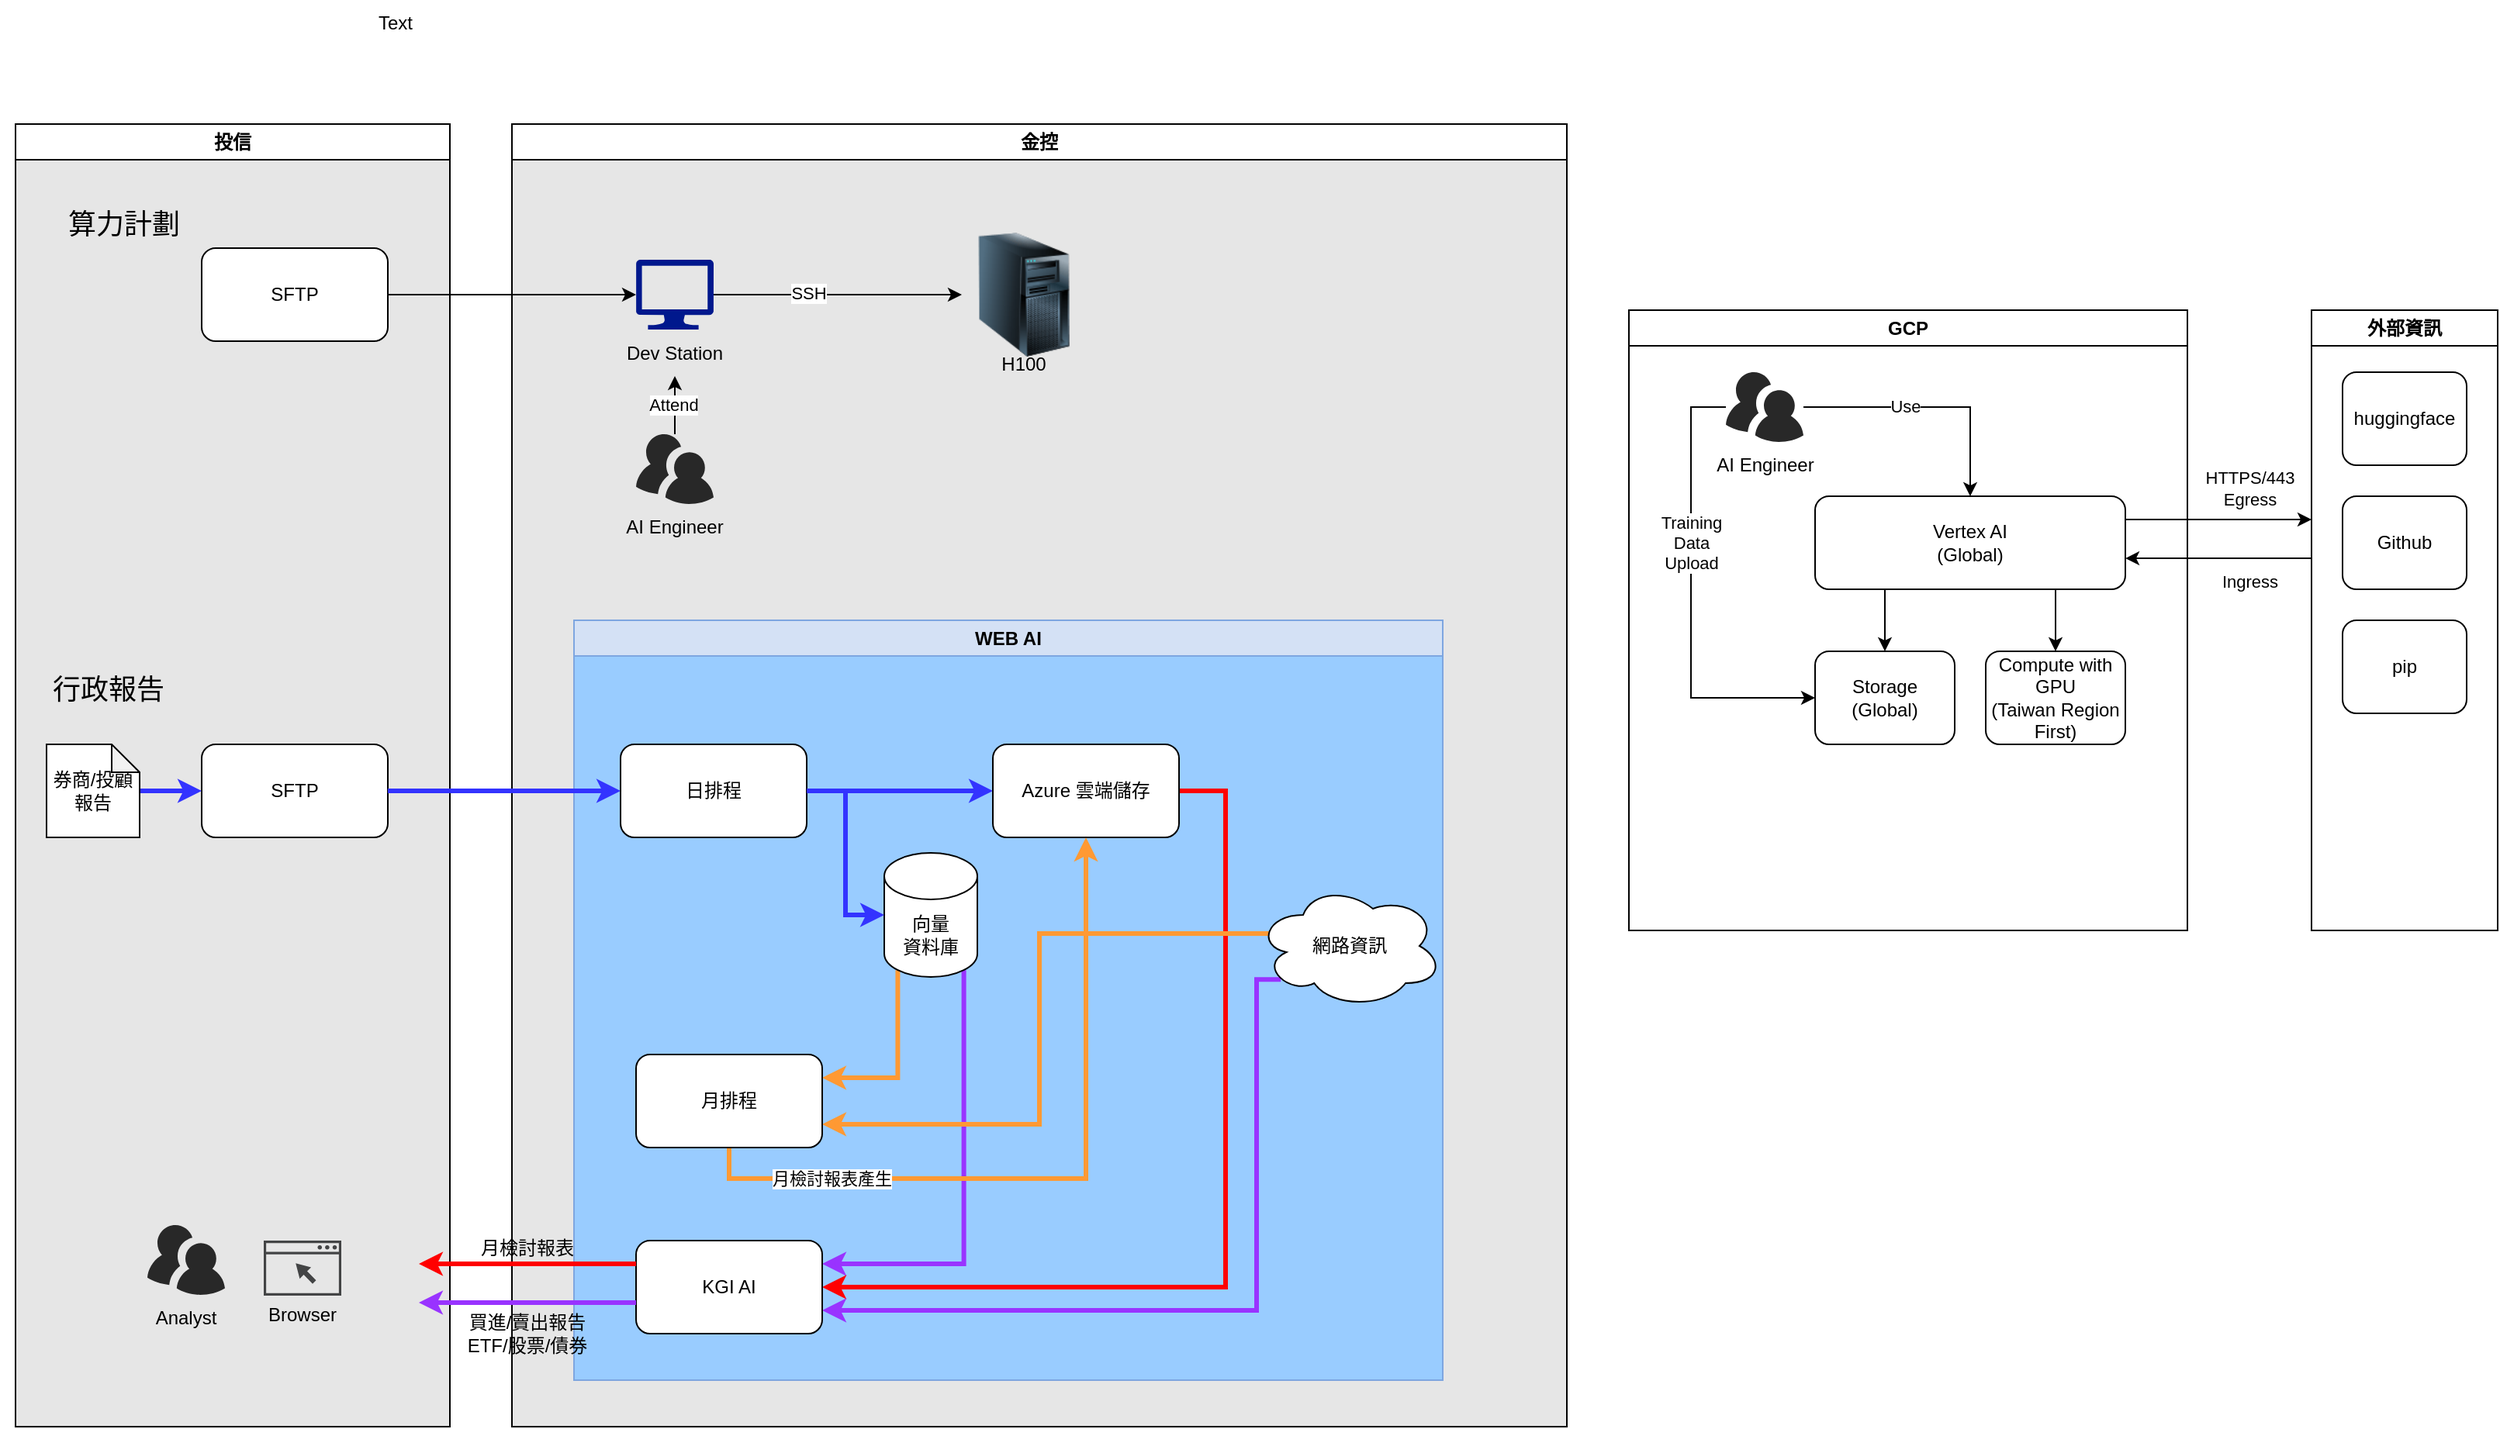
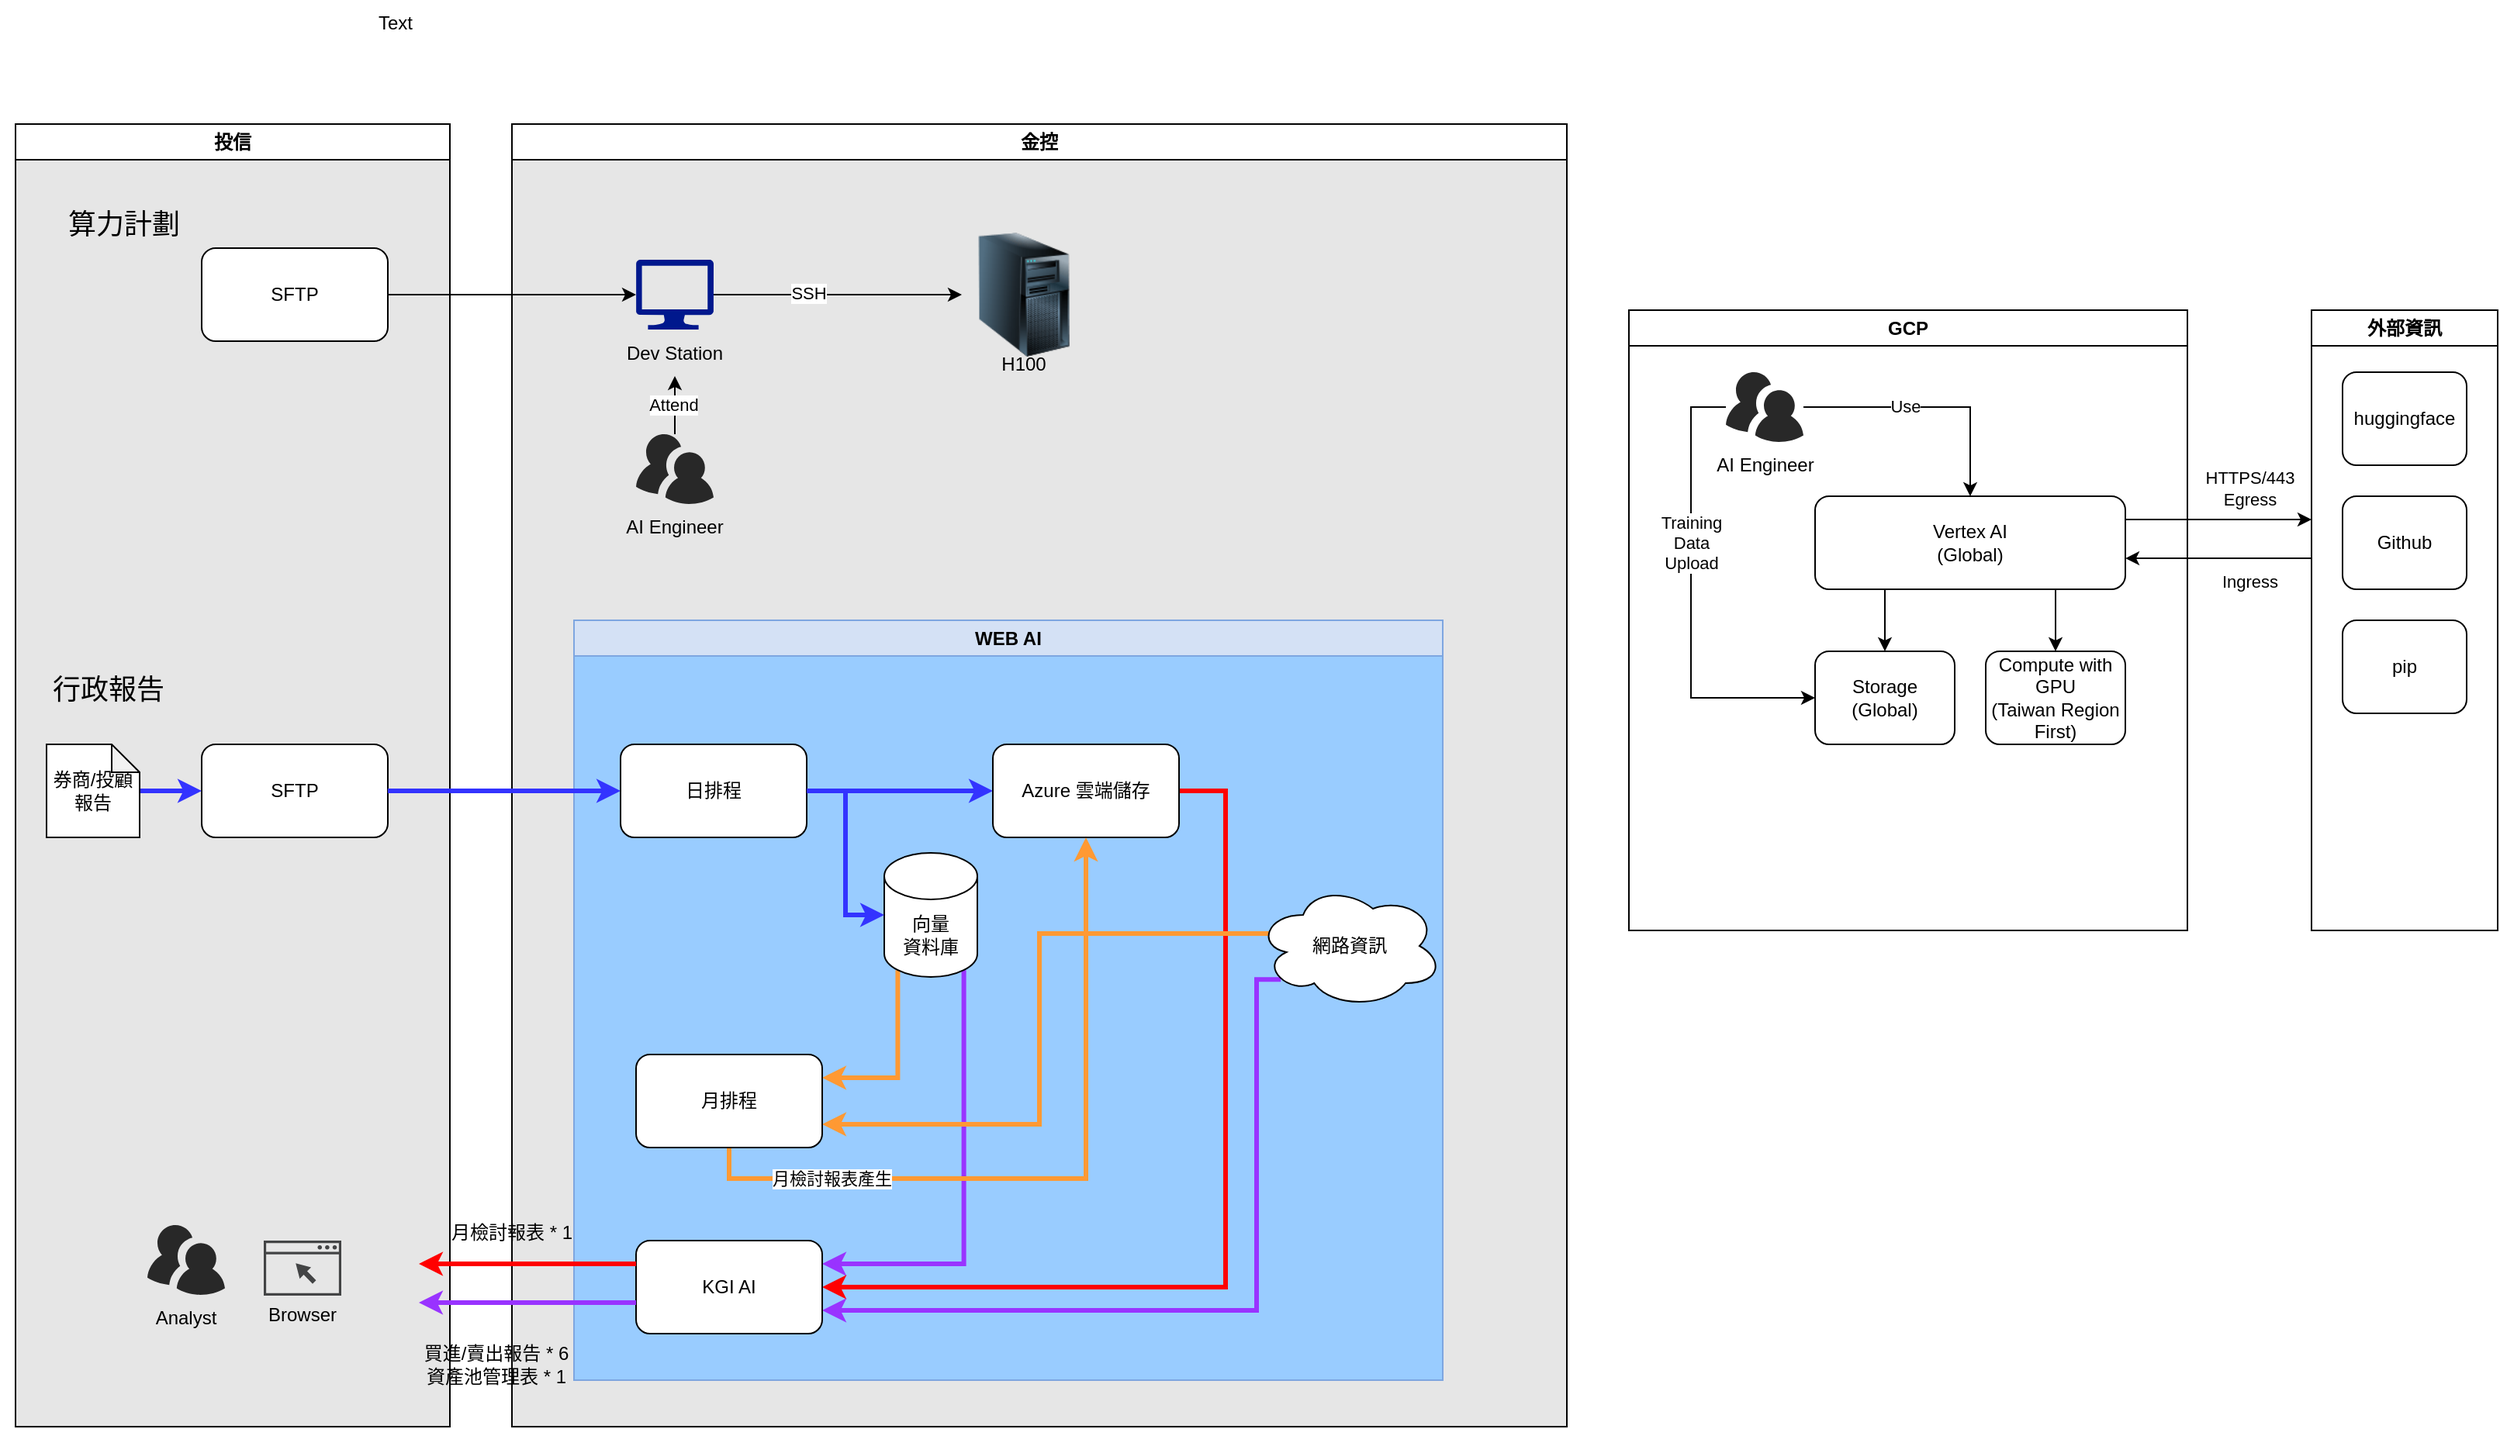
- <mxfile host="app.diagrams.net" agent="Mozilla/5.0 (Windows NT 10.0; Win64; x64) AppleWebKit/537.36 (KHTML, like Gecko) Chrome/146.0.0.0 Safari/537.36" version="29.6.6">
+ <mxfile host="app.diagrams.net" agent="Mozilla/5.0 (Windows NT 10.0; Win64; x64) AppleWebKit/537.36 (KHTML, like Gecko) Chrome/146.0.0.0 Safari/537.36">
  <diagram name="Page-1" id="9DGUQZyVQF0DHj5FkWRD">
    <mxGraphModel dx="1737" dy="1095" grid="1" gridSize="10" guides="1" tooltips="1" connect="1" arrows="1" fold="1" page="1" pageScale="1" pageWidth="850" pageHeight="1100" math="0" shadow="0">
      <root>
        <mxCell id="0" />
        <mxCell id="1" parent="0" />
        <mxCell id="si7GJpF5iETkjapc_ZAv-2" parent="1" style="swimlane;whiteSpace=wrap;html=1;swimlaneFillColor=#E6E6E6;" value="投信" vertex="1">
          <mxGeometry height="840" width="280" x="80" y="120" as="geometry" />
        </mxCell>
        <mxCell id="si7GJpF5iETkjapc_ZAv-3" parent="si7GJpF5iETkjapc_ZAv-2" style="rounded=1;whiteSpace=wrap;html=1;" value="SFTP" vertex="1">
          <mxGeometry height="60" width="120" x="120" y="80" as="geometry" />
        </mxCell>
        <mxCell id="si7GJpF5iETkjapc_ZAv-15" parent="si7GJpF5iETkjapc_ZAv-2" style="rounded=1;whiteSpace=wrap;html=1;" value="SFTP" vertex="1">
          <mxGeometry height="60" width="120" x="120" y="400" as="geometry" />
        </mxCell>
        <mxCell id="si7GJpF5iETkjapc_ZAv-61" connectable="0" parent="si7GJpF5iETkjapc_ZAv-2" style="group" value="" vertex="1">
          <mxGeometry height="75" width="60" x="80" y="710" as="geometry" />
        </mxCell>
        <mxCell id="si7GJpF5iETkjapc_ZAv-59" parent="si7GJpF5iETkjapc_ZAv-61" style="verticalLabelPosition=bottom;sketch=0;html=1;fillColor=#282828;strokeColor=none;verticalAlign=top;pointerEvents=1;align=center;shape=mxgraph.cisco_safe.people_places_things_icons.icon9;" value="" vertex="1">
          <mxGeometry height="45" width="50" x="5" as="geometry" />
        </mxCell>
        <mxCell id="si7GJpF5iETkjapc_ZAv-37" parent="si7GJpF5iETkjapc_ZAv-61" style="text;html=1;whiteSpace=wrap;strokeColor=none;fillColor=none;align=center;verticalAlign=middle;rounded=0;autosize=1;resizable=0;" value="Analyst" vertex="1">
          <mxGeometry height="30" width="60" y="45" as="geometry" />
        </mxCell>
        <mxCell id="si7GJpF5iETkjapc_ZAv-80" connectable="0" parent="si7GJpF5iETkjapc_ZAv-2" style="group" value="" vertex="1">
          <mxGeometry height="62.75" width="70" x="150" y="720" as="geometry" />
        </mxCell>
        <mxCell id="si7GJpF5iETkjapc_ZAv-77" parent="si7GJpF5iETkjapc_ZAv-80" style="sketch=0;pointerEvents=1;shadow=0;dashed=0;html=1;strokeColor=none;fillColor=#434445;aspect=fixed;labelPosition=center;verticalLabelPosition=bottom;verticalAlign=top;align=center;outlineConnect=0;shape=mxgraph.vvd.web_browser;" value="" vertex="1">
          <mxGeometry height="35.5" width="50" x="10" as="geometry" />
        </mxCell>
        <mxCell id="si7GJpF5iETkjapc_ZAv-79" parent="si7GJpF5iETkjapc_ZAv-80" style="text;html=1;whiteSpace=wrap;strokeColor=none;fillColor=none;align=center;verticalAlign=middle;rounded=0;autosize=1;resizable=0;" value="Browser" vertex="1">
          <mxGeometry height="30" width="70" y="32.75" as="geometry" />
        </mxCell>
        <mxCell id="si7GJpF5iETkjapc_ZAv-83" edge="1" parent="si7GJpF5iETkjapc_ZAv-2" source="si7GJpF5iETkjapc_ZAv-82" style="edgeStyle=orthogonalEdgeStyle;rounded=0;orthogonalLoop=1;jettySize=auto;html=1;strokeColor=#3333FF;strokeWidth=3;" target="si7GJpF5iETkjapc_ZAv-15">
          <mxGeometry relative="1" as="geometry" />
        </mxCell>
        <mxCell id="si7GJpF5iETkjapc_ZAv-82" parent="si7GJpF5iETkjapc_ZAv-2" style="shape=note;whiteSpace=wrap;html=1;backgroundOutline=1;darkOpacity=0.05;size=18;" value="券商/投顧報告" vertex="1">
          <mxGeometry height="60" width="60" x="20" y="400" as="geometry" />
        </mxCell>
        <mxCell id="si7GJpF5iETkjapc_ZAv-126" parent="si7GJpF5iETkjapc_ZAv-2" style="text;html=1;whiteSpace=wrap;strokeColor=none;fillColor=none;align=center;verticalAlign=middle;rounded=0;" value="&lt;font style=&quot;font-size: 18px;&quot;&gt;算力計劃&lt;/font&gt;" vertex="1">
          <mxGeometry height="30" width="140" y="50" as="geometry" />
        </mxCell>
        <mxCell id="si7GJpF5iETkjapc_ZAv-127" parent="si7GJpF5iETkjapc_ZAv-2" style="text;html=1;whiteSpace=wrap;strokeColor=none;fillColor=none;align=center;verticalAlign=middle;rounded=0;" value="&lt;font style=&quot;font-size: 18px;&quot;&gt;行政報告&lt;/font&gt;" vertex="1">
          <mxGeometry height="30" width="140" x="-10" y="350" as="geometry" />
        </mxCell>
        <mxCell id="si7GJpF5iETkjapc_ZAv-4" parent="1" style="swimlane;whiteSpace=wrap;html=1;swimlaneFillColor=#E6E6E6;" value="金控" vertex="1">
          <mxGeometry height="840" width="680" x="400" y="120" as="geometry" />
        </mxCell>
        <mxCell id="si7GJpF5iETkjapc_ZAv-12" edge="1" parent="si7GJpF5iETkjapc_ZAv-4" source="si7GJpF5iETkjapc_ZAv-6" style="edgeStyle=orthogonalEdgeStyle;rounded=0;orthogonalLoop=1;jettySize=auto;html=1;" target="si7GJpF5iETkjapc_ZAv-7">
          <mxGeometry relative="1" as="geometry" />
        </mxCell>
        <mxCell id="si7GJpF5iETkjapc_ZAv-13" connectable="0" parent="si7GJpF5iETkjapc_ZAv-12" style="edgeLabel;html=1;align=center;verticalAlign=middle;resizable=0;points=[];" value="SSH" vertex="1">
          <mxGeometry relative="1" x="-0.2415" y="1" as="geometry">
            <mxPoint as="offset" />
          </mxGeometry>
        </mxCell>
        <mxCell id="si7GJpF5iETkjapc_ZAv-7" parent="si7GJpF5iETkjapc_ZAv-4" style="image;html=1;image=img/lib/clip_art/computers/Server_Tower_128x128.png" value="" vertex="1">
          <mxGeometry height="80" width="80" x="290" y="70" as="geometry" />
        </mxCell>
        <mxCell id="si7GJpF5iETkjapc_ZAv-9" parent="si7GJpF5iETkjapc_ZAv-4" style="text;html=1;whiteSpace=wrap;strokeColor=none;fillColor=none;align=center;verticalAlign=middle;rounded=0;autosize=1;resizable=0;" value="H100" vertex="1">
          <mxGeometry height="30" width="50" x="305" y="140" as="geometry" />
        </mxCell>
        <mxCell id="si7GJpF5iETkjapc_ZAv-14" connectable="0" parent="si7GJpF5iETkjapc_ZAv-4" style="group" value="" vertex="1">
          <mxGeometry height="75" width="90" x="60" y="87.5" as="geometry" />
        </mxCell>
        <mxCell id="si7GJpF5iETkjapc_ZAv-6" parent="si7GJpF5iETkjapc_ZAv-14" style="sketch=0;aspect=fixed;pointerEvents=1;shadow=0;dashed=0;html=1;strokeColor=none;labelPosition=center;verticalLabelPosition=bottom;verticalAlign=top;align=center;fillColor=#00188D;shape=mxgraph.azure.computer" value="" vertex="1">
          <mxGeometry height="45" width="50" x="20" as="geometry" />
        </mxCell>
        <mxCell id="si7GJpF5iETkjapc_ZAv-10" parent="si7GJpF5iETkjapc_ZAv-14" style="text;html=1;whiteSpace=wrap;strokeColor=none;fillColor=none;align=center;verticalAlign=middle;rounded=0;autosize=1;resizable=0;" value="Dev Station" vertex="1">
          <mxGeometry height="30" width="90" y="45" as="geometry" />
        </mxCell>
        <mxCell id="si7GJpF5iETkjapc_ZAv-17" parent="si7GJpF5iETkjapc_ZAv-4" style="swimlane;whiteSpace=wrap;html=1;fillColor=#D4E1F5;strokeColor=#7EA6E0;gradientColor=none;swimlaneFillColor=#99CCFF;" value="WEB AI" vertex="1">
          <mxGeometry height="490" width="560" x="40" y="320" as="geometry" />
        </mxCell>
        <mxCell id="si7GJpF5iETkjapc_ZAv-29" edge="1" parent="si7GJpF5iETkjapc_ZAv-17" source="si7GJpF5iETkjapc_ZAv-18" style="edgeStyle=orthogonalEdgeStyle;rounded=0;orthogonalLoop=1;jettySize=auto;html=1;strokeWidth=3;strokeColor=#3333FF;" target="si7GJpF5iETkjapc_ZAv-28">
          <mxGeometry relative="1" as="geometry" />
        </mxCell>
        <mxCell id="si7GJpF5iETkjapc_ZAv-18" parent="si7GJpF5iETkjapc_ZAv-17" style="rounded=1;whiteSpace=wrap;html=1;" value="日排程" vertex="1">
          <mxGeometry height="60" width="120" x="30" y="80" as="geometry" />
        </mxCell>
        <mxCell id="si7GJpF5iETkjapc_ZAv-47" edge="1" parent="si7GJpF5iETkjapc_ZAv-17" source="si7GJpF5iETkjapc_ZAv-20" style="edgeStyle=orthogonalEdgeStyle;rounded=0;orthogonalLoop=1;jettySize=auto;html=1;entryX=1;entryY=0.25;entryDx=0;entryDy=0;exitX=0.145;exitY=1;exitDx=0;exitDy=-4.35;exitPerimeter=0;strokeWidth=3;strokeColor=#FF9933;" target="si7GJpF5iETkjapc_ZAv-45">
          <mxGeometry relative="1" as="geometry">
            <Array as="points">
              <mxPoint x="209" y="295" />
            </Array>
          </mxGeometry>
        </mxCell>
        <mxCell id="si7GJpF5iETkjapc_ZAv-53" edge="1" parent="si7GJpF5iETkjapc_ZAv-17" source="si7GJpF5iETkjapc_ZAv-20" style="edgeStyle=orthogonalEdgeStyle;rounded=0;orthogonalLoop=1;jettySize=auto;html=1;entryX=1;entryY=0.25;entryDx=0;entryDy=0;exitX=0.855;exitY=1;exitDx=0;exitDy=-4.35;exitPerimeter=0;strokeWidth=3;strokeColor=#9933FF;" target="si7GJpF5iETkjapc_ZAv-39">
          <mxGeometry relative="1" as="geometry">
            <Array as="points">
              <mxPoint x="251" y="415" />
            </Array>
          </mxGeometry>
        </mxCell>
        <mxCell id="si7GJpF5iETkjapc_ZAv-20" parent="si7GJpF5iETkjapc_ZAv-17" style="shape=cylinder3;whiteSpace=wrap;html=1;boundedLbl=1;backgroundOutline=1;size=15;" value="向量&lt;div&gt;資料庫&lt;/div&gt;" vertex="1">
          <mxGeometry height="80" width="60" x="200" y="150" as="geometry" />
        </mxCell>
        <mxCell id="si7GJpF5iETkjapc_ZAv-84" edge="1" parent="si7GJpF5iETkjapc_ZAv-17" source="si7GJpF5iETkjapc_ZAv-28" style="edgeStyle=orthogonalEdgeStyle;rounded=0;orthogonalLoop=1;jettySize=auto;html=1;entryX=1;entryY=0.5;entryDx=0;entryDy=0;exitX=1;exitY=0.5;exitDx=0;exitDy=0;strokeWidth=3;strokeColor=#FF0000;" target="si7GJpF5iETkjapc_ZAv-39">
          <mxGeometry relative="1" as="geometry">
            <Array as="points">
              <mxPoint x="420" y="110" />
              <mxPoint x="420" y="430" />
            </Array>
            <mxPoint x="420" y="450" as="targetPoint" />
          </mxGeometry>
        </mxCell>
        <mxCell id="si7GJpF5iETkjapc_ZAv-28" parent="si7GJpF5iETkjapc_ZAv-17" style="rounded=1;whiteSpace=wrap;html=1;" value="Azure 雲端儲存" vertex="1">
          <mxGeometry height="60" width="120" x="270" y="80" as="geometry" />
        </mxCell>
        <mxCell id="si7GJpF5iETkjapc_ZAv-48" edge="1" parent="si7GJpF5iETkjapc_ZAv-17" source="si7GJpF5iETkjapc_ZAv-38" style="edgeStyle=orthogonalEdgeStyle;rounded=0;orthogonalLoop=1;jettySize=auto;html=1;entryX=1;entryY=0.75;entryDx=0;entryDy=0;strokeWidth=3;strokeColor=#FF9933;exitX=0.07;exitY=0.4;exitDx=0;exitDy=0;exitPerimeter=0;" target="si7GJpF5iETkjapc_ZAv-45">
          <mxGeometry relative="1" as="geometry" />
        </mxCell>
        <mxCell id="si7GJpF5iETkjapc_ZAv-54" edge="1" parent="si7GJpF5iETkjapc_ZAv-17" source="si7GJpF5iETkjapc_ZAv-38" style="edgeStyle=orthogonalEdgeStyle;rounded=0;orthogonalLoop=1;jettySize=auto;html=1;entryX=1;entryY=0.75;entryDx=0;entryDy=0;exitX=0.13;exitY=0.77;exitDx=0;exitDy=0;exitPerimeter=0;strokeWidth=3;strokeColor=#9933FF;" target="si7GJpF5iETkjapc_ZAv-39">
          <mxGeometry relative="1" as="geometry">
            <Array as="points">
              <mxPoint x="440" y="232" />
              <mxPoint x="440" y="445" />
            </Array>
          </mxGeometry>
        </mxCell>
        <mxCell id="si7GJpF5iETkjapc_ZAv-38" parent="si7GJpF5iETkjapc_ZAv-17" style="ellipse;shape=cloud;whiteSpace=wrap;html=1;" value="網路資訊" vertex="1">
          <mxGeometry height="80" width="120" x="440" y="170" as="geometry" />
        </mxCell>
        <mxCell id="si7GJpF5iETkjapc_ZAv-39" parent="si7GJpF5iETkjapc_ZAv-17" style="rounded=1;whiteSpace=wrap;html=1;" value="KGI AI" vertex="1">
          <mxGeometry height="60" width="120" x="40" y="400" as="geometry" />
        </mxCell>
        <mxCell id="si7GJpF5iETkjapc_ZAv-49" edge="1" parent="si7GJpF5iETkjapc_ZAv-17" source="si7GJpF5iETkjapc_ZAv-45" style="edgeStyle=orthogonalEdgeStyle;rounded=0;orthogonalLoop=1;jettySize=auto;html=1;entryX=0.5;entryY=1;entryDx=0;entryDy=0;exitX=0.5;exitY=1;exitDx=0;exitDy=0;strokeWidth=3;strokeColor=#FF9933;" target="si7GJpF5iETkjapc_ZAv-28">
          <mxGeometry relative="1" as="geometry" />
        </mxCell>
        <mxCell id="si7GJpF5iETkjapc_ZAv-56" connectable="0" parent="si7GJpF5iETkjapc_ZAv-49" style="edgeLabel;html=1;align=center;verticalAlign=middle;resizable=0;points=[];" value="月檢討報表產生" vertex="1">
          <mxGeometry relative="1" x="-0.6366" as="geometry">
            <mxPoint as="offset" />
          </mxGeometry>
        </mxCell>
        <mxCell id="si7GJpF5iETkjapc_ZAv-45" parent="si7GJpF5iETkjapc_ZAv-17" style="rounded=1;whiteSpace=wrap;html=1;" value="月排程" vertex="1">
          <mxGeometry height="60" width="120" x="40" y="280" as="geometry" />
        </mxCell>
        <mxCell id="si7GJpF5iETkjapc_ZAv-52" edge="1" parent="si7GJpF5iETkjapc_ZAv-17" source="si7GJpF5iETkjapc_ZAv-18" style="edgeStyle=orthogonalEdgeStyle;rounded=0;orthogonalLoop=1;jettySize=auto;html=1;entryX=0;entryY=0.5;entryDx=0;entryDy=0;entryPerimeter=0;strokeWidth=3;strokeColor=#3333FF;" target="si7GJpF5iETkjapc_ZAv-20">
          <mxGeometry relative="1" as="geometry" />
        </mxCell>
        <mxCell id="si7GJpF5iETkjapc_ZAv-72" connectable="0" parent="si7GJpF5iETkjapc_ZAv-4" style="group" value="" vertex="1">
          <mxGeometry height="75" width="75" x="75" y="200" as="geometry" />
        </mxCell>
        <mxCell id="si7GJpF5iETkjapc_ZAv-73" parent="si7GJpF5iETkjapc_ZAv-72" style="verticalLabelPosition=bottom;sketch=0;html=1;fillColor=#282828;strokeColor=none;verticalAlign=top;pointerEvents=1;align=center;shape=mxgraph.cisco_safe.people_places_things_icons.icon9;" value="" vertex="1">
          <mxGeometry height="45" width="50" x="5" as="geometry" />
        </mxCell>
        <mxCell id="si7GJpF5iETkjapc_ZAv-74" parent="si7GJpF5iETkjapc_ZAv-72" style="text;html=1;whiteSpace=wrap;strokeColor=none;fillColor=none;align=center;verticalAlign=middle;rounded=0;autosize=1;resizable=0;" value="AI Engineer" vertex="1">
          <mxGeometry height="30" width="90" x="-15" y="45" as="geometry" />
        </mxCell>
        <mxCell id="si7GJpF5iETkjapc_ZAv-75" edge="1" parent="si7GJpF5iETkjapc_ZAv-4" source="si7GJpF5iETkjapc_ZAv-73" style="edgeStyle=orthogonalEdgeStyle;rounded=0;orthogonalLoop=1;jettySize=auto;html=1;entryX=0.5;entryY=1;entryDx=0;entryDy=0;" target="si7GJpF5iETkjapc_ZAv-10">
          <mxGeometry relative="1" as="geometry" />
        </mxCell>
        <mxCell id="si7GJpF5iETkjapc_ZAv-76" connectable="0" parent="si7GJpF5iETkjapc_ZAv-75" style="edgeLabel;html=1;align=center;verticalAlign=middle;resizable=0;points=[];" value="Attend" vertex="1">
          <mxGeometry relative="1" x="0.12" y="1" as="geometry">
            <mxPoint as="offset" />
          </mxGeometry>
        </mxCell>
        <mxCell id="si7GJpF5iETkjapc_ZAv-88" edge="1" parent="si7GJpF5iETkjapc_ZAv-4" style="edgeStyle=orthogonalEdgeStyle;rounded=0;orthogonalLoop=1;jettySize=auto;html=1;strokeWidth=3;strokeColor=#9933FF;">
          <mxGeometry relative="1" as="geometry">
            <mxPoint x="80" y="760" as="sourcePoint" />
            <mxPoint x="-60" y="760" as="targetPoint" />
          </mxGeometry>
        </mxCell>
-         <mxCell id="si7GJpF5iETkjapc_ZAv-57" parent="si7GJpF5iETkjapc_ZAv-4" style="text;html=1;whiteSpace=wrap;strokeColor=none;fillColor=none;align=center;verticalAlign=middle;rounded=0;autosize=1;resizable=0;" value="月檢討報表" vertex="1">
-           <mxGeometry height="30" width="80" x="-30" y="710" as="geometry" />
-         </mxCell>
-         <mxCell id="si7GJpF5iETkjapc_ZAv-55" parent="si7GJpF5iETkjapc_ZAv-4" style="text;html=1;whiteSpace=wrap;strokeColor=none;fillColor=none;align=center;verticalAlign=middle;rounded=0;autosize=1;resizable=0;" value="買進/賣出報告&lt;br&gt;ETF/股票/債券" vertex="1">
-           <mxGeometry height="40" width="100" x="-40" y="760" as="geometry" />
+         <mxCell id="si7GJpF5iETkjapc_ZAv-57" parent="si7GJpF5iETkjapc_ZAv-4" style="text;html=1;whiteSpace=wrap;strokeColor=none;fillColor=none;align=center;verticalAlign=middle;rounded=0;autosize=1;resizable=0;" value="月檢討報表 * 1" vertex="1">
+           <mxGeometry height="30" width="100" x="-50" y="700" as="geometry" />
        </mxCell>
        <mxCell id="si7GJpF5iETkjapc_ZAv-11" edge="1" parent="1" source="si7GJpF5iETkjapc_ZAv-3" style="edgeStyle=orthogonalEdgeStyle;rounded=0;orthogonalLoop=1;jettySize=auto;html=1;entryX=0;entryY=0.5;entryDx=0;entryDy=0;entryPerimeter=0;" target="si7GJpF5iETkjapc_ZAv-6">
          <mxGeometry relative="1" as="geometry" />
        </mxCell>
        <mxCell id="si7GJpF5iETkjapc_ZAv-8" parent="1" style="text;html=1;whiteSpace=wrap;strokeColor=none;fillColor=none;align=center;verticalAlign=middle;rounded=0;autosize=1;resizable=0;" value="Text" vertex="1">
          <mxGeometry height="30" width="50" x="300" y="40" as="geometry" />
        </mxCell>
        <mxCell id="si7GJpF5iETkjapc_ZAv-21" edge="1" parent="1" source="si7GJpF5iETkjapc_ZAv-15" style="edgeStyle=orthogonalEdgeStyle;rounded=0;orthogonalLoop=1;jettySize=auto;html=1;entryX=0;entryY=0.5;entryDx=0;entryDy=0;strokeWidth=3;strokeColor=#3333FF;" target="si7GJpF5iETkjapc_ZAv-18">
          <mxGeometry relative="1" as="geometry" />
        </mxCell>
        <mxCell id="si7GJpF5iETkjapc_ZAv-87" edge="1" parent="1" source="si7GJpF5iETkjapc_ZAv-39" style="edgeStyle=orthogonalEdgeStyle;rounded=0;orthogonalLoop=1;jettySize=auto;html=1;strokeWidth=3;strokeColor=#FF0000;exitX=0;exitY=0.25;exitDx=0;exitDy=0;">
          <mxGeometry relative="1" as="geometry">
            <Array as="points" />
            <mxPoint x="450" y="840" as="sourcePoint" />
            <mxPoint x="340" y="855" as="targetPoint" />
          </mxGeometry>
        </mxCell>
        <mxCell id="si7GJpF5iETkjapc_ZAv-91" parent="1" style="swimlane;whiteSpace=wrap;html=1;" value="GCP" vertex="1">
          <mxGeometry height="400" width="360" x="1120" y="240" as="geometry" />
        </mxCell>
        <mxCell id="si7GJpF5iETkjapc_ZAv-104" edge="1" parent="si7GJpF5iETkjapc_ZAv-91" source="si7GJpF5iETkjapc_ZAv-92" style="edgeStyle=orthogonalEdgeStyle;rounded=0;orthogonalLoop=1;jettySize=auto;html=1;entryX=0.5;entryY=0;entryDx=0;entryDy=0;" target="si7GJpF5iETkjapc_ZAv-93">
          <mxGeometry relative="1" as="geometry">
            <Array as="points">
              <mxPoint x="275" y="220" />
              <mxPoint x="275" y="220" />
            </Array>
          </mxGeometry>
        </mxCell>
        <mxCell id="si7GJpF5iETkjapc_ZAv-123" edge="1" parent="si7GJpF5iETkjapc_ZAv-91" source="si7GJpF5iETkjapc_ZAv-92" style="edgeStyle=orthogonalEdgeStyle;rounded=0;orthogonalLoop=1;jettySize=auto;html=1;entryX=0.5;entryY=0;entryDx=0;entryDy=0;" target="si7GJpF5iETkjapc_ZAv-94">
          <mxGeometry relative="1" as="geometry">
            <Array as="points">
              <mxPoint x="165" y="200" />
              <mxPoint x="165" y="200" />
            </Array>
          </mxGeometry>
        </mxCell>
        <mxCell id="si7GJpF5iETkjapc_ZAv-92" parent="si7GJpF5iETkjapc_ZAv-91" style="rounded=1;whiteSpace=wrap;html=1;" value="Vertex AI&lt;br&gt;(Global)" vertex="1">
          <mxGeometry height="60" width="200" x="120" y="120" as="geometry" />
        </mxCell>
        <mxCell id="si7GJpF5iETkjapc_ZAv-94" parent="si7GJpF5iETkjapc_ZAv-91" style="rounded=1;whiteSpace=wrap;html=1;" value="Storage&lt;br&gt;(Global)" vertex="1">
          <mxGeometry height="60" width="90" x="120" y="220" as="geometry" />
        </mxCell>
        <mxCell id="si7GJpF5iETkjapc_ZAv-93" parent="si7GJpF5iETkjapc_ZAv-91" style="rounded=1;whiteSpace=wrap;html=1;" value="Compute with GPU&lt;br&gt;(Taiwan Region First)" vertex="1">
          <mxGeometry height="60" width="90" x="230" y="220" as="geometry" />
        </mxCell>
        <mxCell id="si7GJpF5iETkjapc_ZAv-117" connectable="0" parent="si7GJpF5iETkjapc_ZAv-91" style="group" value="" vertex="1">
          <mxGeometry height="75" width="75" x="57.5" y="40" as="geometry" />
        </mxCell>
        <mxCell id="si7GJpF5iETkjapc_ZAv-118" parent="si7GJpF5iETkjapc_ZAv-117" style="verticalLabelPosition=bottom;sketch=0;html=1;fillColor=#282828;strokeColor=none;verticalAlign=top;pointerEvents=1;align=center;shape=mxgraph.cisco_safe.people_places_things_icons.icon9;" value="" vertex="1">
          <mxGeometry height="45" width="50" x="5" as="geometry" />
        </mxCell>
        <mxCell id="si7GJpF5iETkjapc_ZAv-119" parent="si7GJpF5iETkjapc_ZAv-117" style="text;html=1;whiteSpace=wrap;strokeColor=none;fillColor=none;align=center;verticalAlign=middle;rounded=0;autosize=1;resizable=0;" value="AI Engineer" vertex="1">
          <mxGeometry height="30" width="90" x="-15" y="45" as="geometry" />
        </mxCell>
        <mxCell id="si7GJpF5iETkjapc_ZAv-120" edge="1" parent="si7GJpF5iETkjapc_ZAv-91" source="si7GJpF5iETkjapc_ZAv-118" style="edgeStyle=orthogonalEdgeStyle;rounded=0;orthogonalLoop=1;jettySize=auto;html=1;entryX=0;entryY=0.5;entryDx=0;entryDy=0;" target="si7GJpF5iETkjapc_ZAv-94">
          <mxGeometry relative="1" as="geometry">
            <Array as="points">
              <mxPoint x="40" y="63" />
              <mxPoint x="40" y="250" />
            </Array>
          </mxGeometry>
        </mxCell>
        <mxCell id="si7GJpF5iETkjapc_ZAv-121" connectable="0" parent="si7GJpF5iETkjapc_ZAv-120" style="edgeLabel;html=1;align=center;verticalAlign=middle;resizable=0;points=[];" value="Training&lt;br&gt;Data&lt;br&gt;Upload" vertex="1">
          <mxGeometry relative="1" x="-0.2184" as="geometry">
            <mxPoint y="-4" as="offset" />
          </mxGeometry>
        </mxCell>
        <mxCell id="si7GJpF5iETkjapc_ZAv-124" edge="1" parent="si7GJpF5iETkjapc_ZAv-91" source="si7GJpF5iETkjapc_ZAv-118" style="edgeStyle=orthogonalEdgeStyle;rounded=0;orthogonalLoop=1;jettySize=auto;html=1;" target="si7GJpF5iETkjapc_ZAv-92">
          <mxGeometry relative="1" as="geometry" />
        </mxCell>
        <mxCell id="si7GJpF5iETkjapc_ZAv-125" connectable="0" parent="si7GJpF5iETkjapc_ZAv-124" style="edgeLabel;html=1;align=center;verticalAlign=middle;resizable=0;points=[];" value="Use" vertex="1">
          <mxGeometry relative="1" x="-0.2066" y="1" as="geometry">
            <mxPoint as="offset" />
          </mxGeometry>
        </mxCell>
        <mxCell id="si7GJpF5iETkjapc_ZAv-109" edge="1" parent="1" source="si7GJpF5iETkjapc_ZAv-98" style="edgeStyle=orthogonalEdgeStyle;rounded=0;orthogonalLoop=1;jettySize=auto;html=1;entryX=1;entryY=0.667;entryDx=0;entryDy=0;entryPerimeter=0;" target="si7GJpF5iETkjapc_ZAv-92">
          <mxGeometry relative="1" as="geometry">
            <Array as="points">
              <mxPoint x="1520" y="400" />
              <mxPoint x="1520" y="400" />
            </Array>
            <mxPoint x="1430" y="400" as="targetPoint" />
          </mxGeometry>
        </mxCell>
        <mxCell id="si7GJpF5iETkjapc_ZAv-110" connectable="0" parent="si7GJpF5iETkjapc_ZAv-109" style="edgeLabel;html=1;align=center;verticalAlign=middle;resizable=0;points=[];" value="Ingress" vertex="1">
          <mxGeometry relative="1" x="-0.1867" y="-4" as="geometry">
            <mxPoint x="9" y="19" as="offset" />
          </mxGeometry>
        </mxCell>
        <mxCell id="si7GJpF5iETkjapc_ZAv-98" parent="1" style="swimlane;whiteSpace=wrap;html=1;" value="外部資訊" vertex="1">
          <mxGeometry height="400" width="120" x="1560" y="240" as="geometry" />
        </mxCell>
        <mxCell id="si7GJpF5iETkjapc_ZAv-97" parent="si7GJpF5iETkjapc_ZAv-98" style="rounded=1;whiteSpace=wrap;html=1;" value="huggingface" vertex="1">
          <mxGeometry height="60" width="80" x="20" y="40" as="geometry" />
        </mxCell>
        <mxCell id="si7GJpF5iETkjapc_ZAv-105" parent="si7GJpF5iETkjapc_ZAv-98" style="rounded=1;whiteSpace=wrap;html=1;" value="Github" vertex="1">
          <mxGeometry height="60" width="80" x="20" y="120" as="geometry" />
        </mxCell>
        <mxCell id="si7GJpF5iETkjapc_ZAv-106" parent="si7GJpF5iETkjapc_ZAv-98" style="rounded=1;whiteSpace=wrap;html=1;" value="pip" vertex="1">
          <mxGeometry height="60" width="80" x="20" y="200" as="geometry" />
        </mxCell>
        <mxCell id="si7GJpF5iETkjapc_ZAv-107" edge="1" parent="1" source="si7GJpF5iETkjapc_ZAv-92" style="edgeStyle=orthogonalEdgeStyle;rounded=0;orthogonalLoop=1;jettySize=auto;html=1;exitX=1;exitY=0.25;exitDx=0;exitDy=0;">
          <mxGeometry relative="1" as="geometry">
            <Array as="points">
              <mxPoint x="1550" y="375" />
            </Array>
            <mxPoint x="1560" y="375" as="targetPoint" />
          </mxGeometry>
        </mxCell>
        <mxCell id="si7GJpF5iETkjapc_ZAv-116" connectable="0" parent="si7GJpF5iETkjapc_ZAv-107" style="edgeLabel;html=1;align=center;verticalAlign=middle;resizable=0;points=[];" value="HTTPS/443&lt;br&gt;Egress" vertex="1">
          <mxGeometry relative="1" x="0.2682" y="1" as="geometry">
            <mxPoint x="4" y="-19" as="offset" />
          </mxGeometry>
+         </mxCell>
+         <mxCell id="si7GJpF5iETkjapc_ZAv-55" parent="1" style="text;html=1;whiteSpace=wrap;strokeColor=none;fillColor=none;align=center;verticalAlign=middle;rounded=0;autosize=1;resizable=0;" value="買進/賣出報告 * 6&lt;br&gt;資產池管理表 * 1" vertex="1">
+           <mxGeometry height="40" width="120" x="330" y="900" as="geometry" />
        </mxCell>
      </root>
    </mxGraphModel>
  </diagram>
</mxfile>
